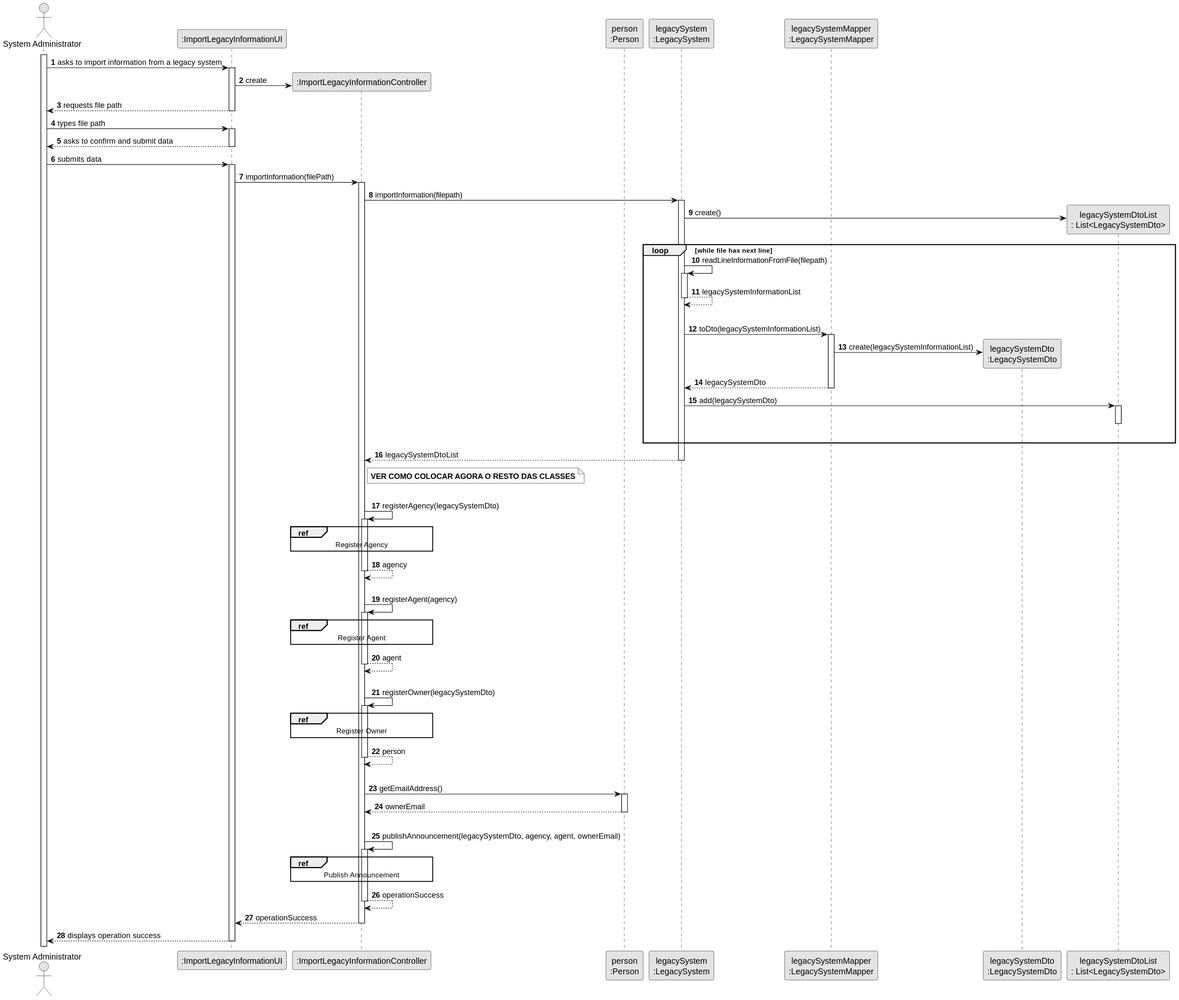
Before: docs/sprintD/us012/03.design/svg/us012-sequence-diagram-split.svg, a diagram exported from PlantUML (rita-barbosa/LAPR2-2223). The source it was exported from:
```plantuml
@startuml
skinparam monochrome true
skinparam packageStyle rectangle
skinparam shadowing false

autonumber

actor "System Administrator" as ADM
participant ":ImportLegacyInformationUI" as UI
participant ":ImportLegacyInformationController" as CTRL
participant "person\n:Person" as PERSON
participant "legacySystem\n:LegacySystem" as LS
participant "legacySystemMapper\n:LegacySystemMapper" as LSMapper
participant "legacySystemDto\n:LegacySystemDto" as LSDto
participant "legacySystemDtoList\n: List<LegacySystemDto>" as LsDtoList
activate ADM

    ADM -> UI : asks to import information from a legacy system
    activate UI

    UI -> CTRL**: create

    UI --> ADM : requests file path
    deactivate UI

    ADM -> UI : types file path
    activate UI

    UI --> ADM : asks to confirm and submit data
    deactivate UI

    ADM -> UI : submits data
    activate UI

    UI -> CTRL: importInformation(filePath)
    activate CTRL

      CTRL -> LS: importInformation(filepath)
      activate LS

      LS -> LsDtoList**: create()

      loop while file has next line

      LS -> LS : readLineInformationFromFile(filepath)
      activate LS

      LS --> LS: legacySystemInformationList
      deactivate LS

      |||
      LS -> LSMapper : toDto(legacySystemInformationList)
      activate LSMapper

      LSMapper -> LSDto** : create(legacySystemInformationList)

      LSMapper --> LS : legacySystemDto
      deactivate LSMapper

      LS -> LsDtoList : add(legacySystemDto)
      activate LsDtoList
      deactivate LsDtoList

      |||
       end loop


    LS --> CTRL : legacySystemDtoList
    deactivate LS

         note right CTRL
                **VER COMO COLOCAR AGORA O RESTO DAS CLASSES**
         end note


    |||
    CTRL -> CTRL : registerAgency(legacySystemDto)
    activate CTRL
    ref over CTRL
        Register Agency
    end ref
    CTRL --> CTRL : agency
    deactivate CTRL
    |||

    CTRL -> CTRL : registerAgent(agency)
    activate CTRL
    ref over CTRL
        Register Agent
    end ref
    CTRL --> CTRL : agent
    deactivate CTRL
    |||

    CTRL -> CTRL : registerOwner(legacySystemDto)
    activate CTRL
    ref over CTRL
        Register Owner
    end ref
    CTRL --> CTRL: person
    deactivate CTRL
    |||
    CTRL -> PERSON : getEmailAddress()
    activate PERSON

    PERSON --> CTRL : ownerEmail
    deactivate PERSON
|||
    CTRL -> CTRL : publishAnnouncement(legacySystemDto, agency, agent, ownerEmail)
    activate CTRL
    ref over CTRL
        Publish Announcement
    end ref
        CTRL --> CTRL : operationSuccess
    deactivate CTRL


    CTRL --> UI: operationSuccess
    deactivate CTRL

    UI --> ADM : displays operation success
    deactivate UI
@enduml
```
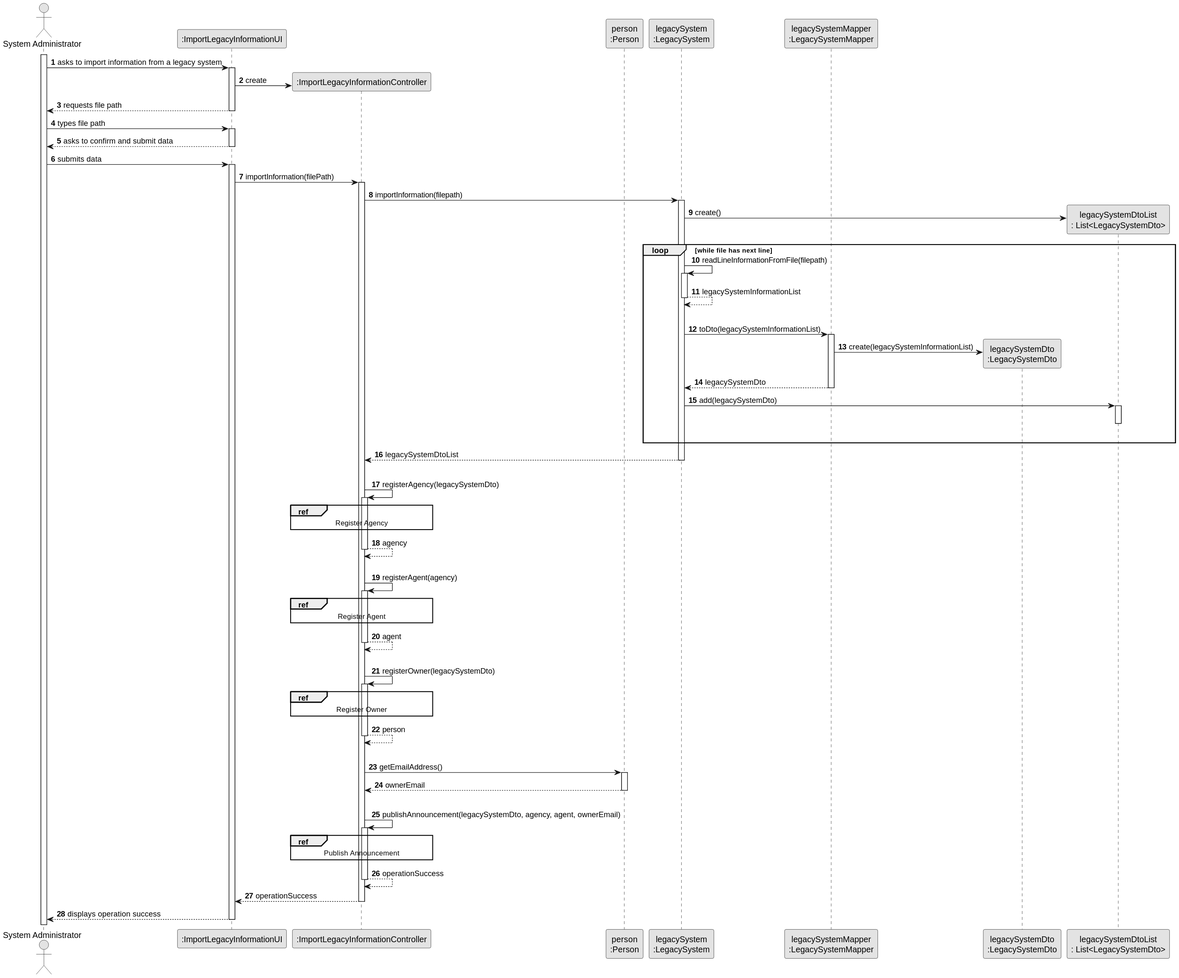
After the change.

Commit message:
Update sequence diagrams & rationale [US012][Design][#05 Task]

Diff of the diagram source:
```diff
@@ -68,11 +68,6 @@
     LS --> CTRL : legacySystemDtoList
     deactivate LS
 
-         note right CTRL
-                **VER COMO COLOCAR AGORA O RESTO DAS CLASSES**
-         end note
-
-
     |||
     CTRL -> CTRL : registerAgency(legacySystemDto)
     activate CTRL
```
